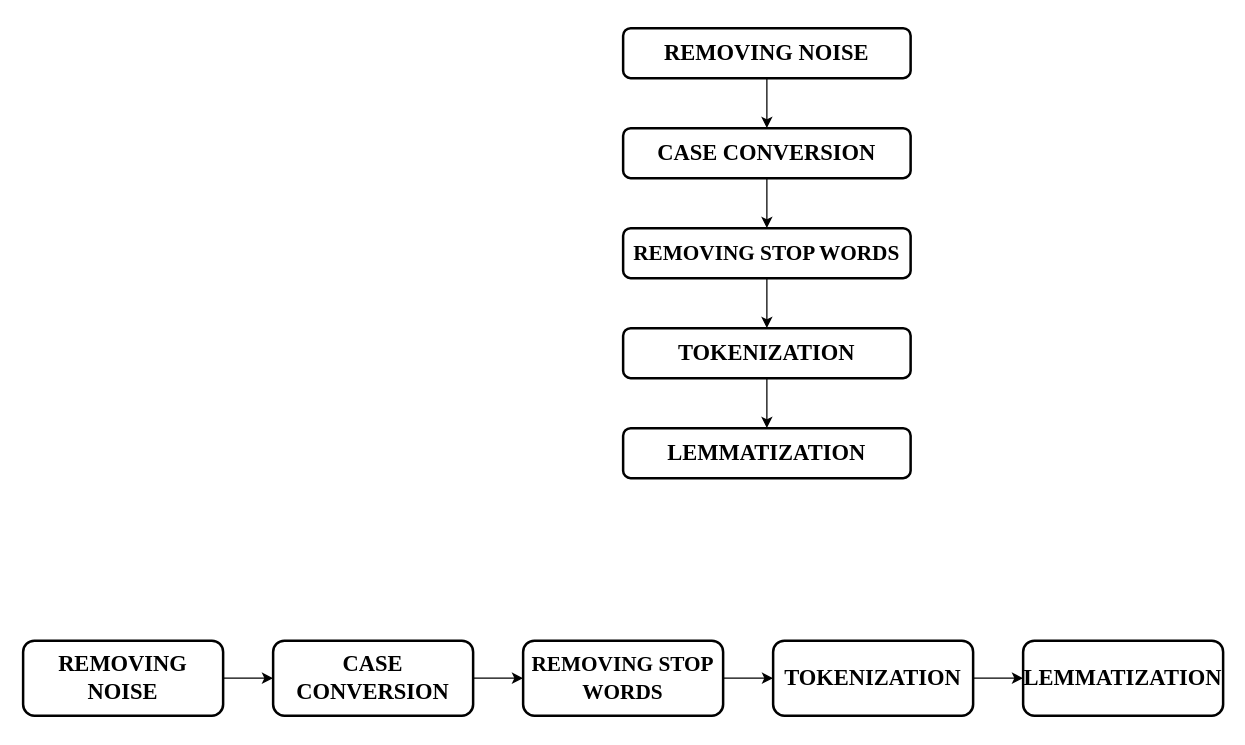
oitik/drawio keeps this draw.io diagram as page "Page-1" (1 of 2) of imdb_processing.drawio. Above is the earlier version. Source tidied: cells renumbered, new cells numbered last; positions are measured from the earlier drawing's top-left corner, leaving out a move shared by most shapes. Both pictures are drawn from the tidied source at 125%, with x=0, y=0 at pixel (22, 28).
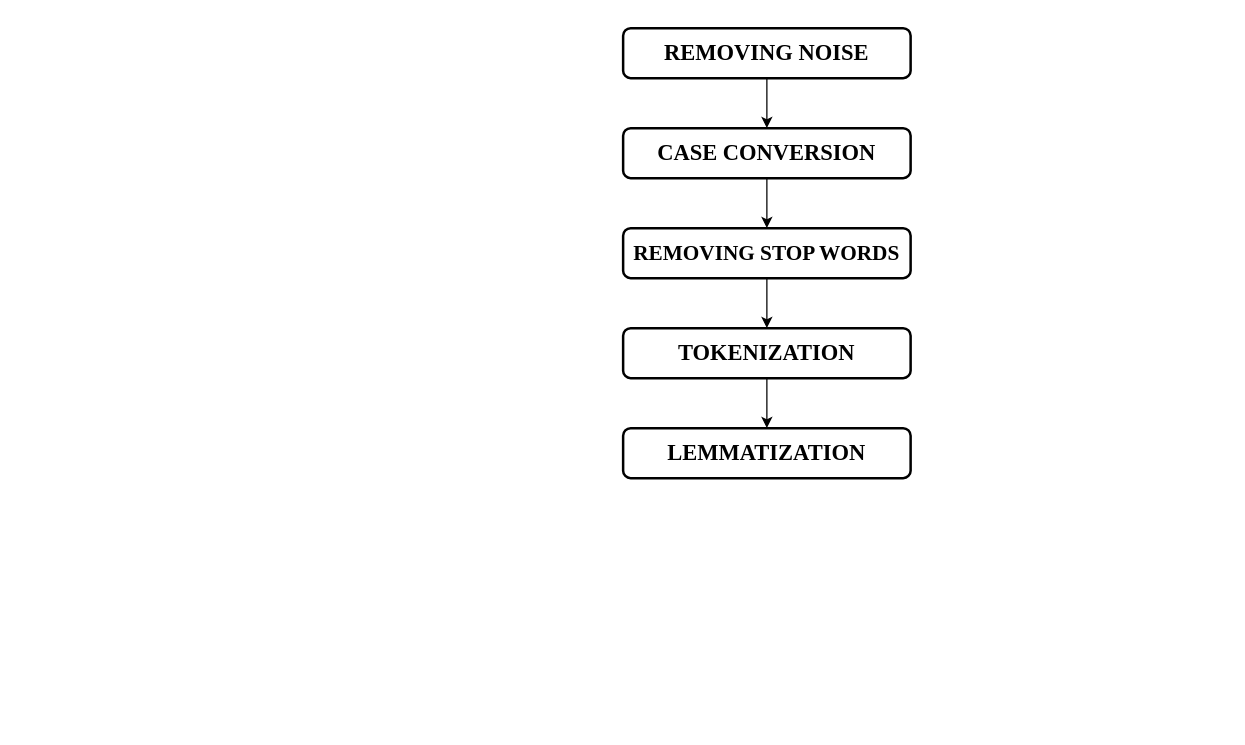
After the change.

Diff of the diagram source:
```diff
@@
 <mxGraphModel background="#ffffff">
   <root>
     <mxCell id="0" />
     <mxCell id="1" parent="0" />
     <mxCell id="2" style="edgeStyle=orthogonalEdgeStyle;rounded=1;jettySize=auto;html=1;" parent="1" edge="1" source="3" target="5">
       <mxGeometry relative="1" as="geometry" />
     </mxCell>
     <mxCell id="3" value="&lt;h2&gt;&lt;font face=&quot;Times New Roman&quot;&gt;&lt;b&gt;REMOVING NOISE&lt;/b&gt;&lt;/font&gt;&lt;/h2&gt;" style="rounded=1;whiteSpace=wrap;html=1;gradientDirection=north;strokeWidth=2;shadow=0;glass=0;" parent="1" vertex="1">
       <mxGeometry x="480" width="230" height="40" as="geometry" />
     </mxCell>
     <mxCell id="4" style="edgeStyle=orthogonalEdgeStyle;rounded=1;jettySize=auto;html=1;" parent="1" edge="1" source="5" target="7">
       <mxGeometry relative="1" as="geometry" />
     </mxCell>
     <mxCell id="5" value="&lt;h2&gt;&lt;font face=&quot;Times New Roman&quot;&gt;CASE CONVERSION&lt;/font&gt;&lt;/h2&gt;" style="rounded=1;whiteSpace=wrap;html=1;strokeWidth=2;gradientDirection=north;" parent="1" vertex="1">
       <mxGeometry x="480" y="80" width="230" height="40" as="geometry" />
     </mxCell>
     <mxCell id="6" style="edgeStyle=orthogonalEdgeStyle;rounded=1;jettySize=auto;html=1;" parent="1" edge="1" source="7" target="9">
       <mxGeometry relative="1" as="geometry" />
     </mxCell>
     <mxCell id="7" value="&lt;h2&gt;&lt;font style=&quot;font-size: 17px;&quot; face=&quot;Times New Roman&quot;&gt;REMOVING STOP WORDS&lt;/font&gt;&lt;/h2&gt;" style="rounded=1;whiteSpace=wrap;html=1;strokeWidth=2;gradientDirection=north;" parent="1" vertex="1">
       <mxGeometry x="480" y="160" width="230" height="40" as="geometry" />
     </mxCell>
     <mxCell id="8" style="edgeStyle=orthogonalEdgeStyle;rounded=1;jettySize=auto;html=1;" parent="1" edge="1" source="9" target="10">
       <mxGeometry relative="1" as="geometry" />
     </mxCell>
     <mxCell id="9" value="&lt;h2&gt;&lt;font face=&quot;Times New Roman&quot;&gt;TOKENIZATION&lt;/font&gt;&lt;/h2&gt;" style="rounded=1;whiteSpace=wrap;html=1;strokeWidth=2;gradientDirection=north;" parent="1" vertex="1">
       <mxGeometry x="480" y="240" width="230" height="40" as="geometry" />
     </mxCell>
     <mxCell id="10" value="&lt;h2&gt;&lt;font face=&quot;Times New Roman&quot;&gt;LEMMATIZATION&lt;/font&gt;&lt;/h2&gt;" style="rounded=1;whiteSpace=wrap;html=1;strokeWidth=2;gradientDirection=north;" parent="1" vertex="1">
       <mxGeometry x="480" y="320" width="230" height="40" as="geometry" />
     </mxCell>
-    <mxCell id="11" style="edgeStyle=orthogonalEdgeStyle;rounded=0;jettySize=auto;html=1;" parent="1" edge="1" source="12" target="14">
-      <mxGeometry relative="1" as="geometry" />
-    </mxCell>
-    <mxCell id="12" value="&lt;h2 style=&quot;caret-color: rgb(0, 0, 0); color: rgb(0, 0, 0); font-family: Helvetica; font-style: normal; font-variant-caps: normal; letter-spacing: normal; orphans: auto; text-align: center; text-indent: 0px; text-transform: none; white-space: normal; widows: auto; word-spacing: 0px; -webkit-text-stroke-width: 0px; text-decoration: none;&quot;&gt;&lt;font face=&quot;Times New Roman&quot;&gt;&lt;b&gt;REMOVING NOISE&lt;/b&gt;&lt;/font&gt;&lt;/h2&gt;" style="rounded=1;whiteSpace=wrap;html=1;strokeWidth=2;" parent="1" vertex="1">
-      <mxGeometry y="490" width="160" height="60" as="geometry" />
-    </mxCell>
-    <mxCell id="13" style="edgeStyle=orthogonalEdgeStyle;rounded=0;jettySize=auto;html=1;" parent="1" edge="1" source="14" target="16">
-      <mxGeometry relative="1" as="geometry" />
-    </mxCell>
-    <mxCell id="14" value="&lt;h2 style=&quot;caret-color: rgb(0, 0, 0); color: rgb(0, 0, 0); font-family: Helvetica; font-style: normal; font-variant-caps: normal; letter-spacing: normal; orphans: auto; text-align: center; text-indent: 0px; text-transform: none; white-space: normal; widows: auto; word-spacing: 0px; -webkit-text-stroke-width: 0px; text-decoration: none;&quot;&gt;&lt;font face=&quot;Times New Roman&quot;&gt;CASE CONVERSION&lt;/font&gt;&lt;/h2&gt;" style="whiteSpace=wrap;html=1;rounded=1;strokeWidth=2;" parent="1" vertex="1">
-      <mxGeometry x="200" y="490" width="160" height="60" as="geometry" />
-    </mxCell>
-    <mxCell id="15" style="edgeStyle=orthogonalEdgeStyle;rounded=0;jettySize=auto;html=1;" parent="1" edge="1" source="16" target="18">
-      <mxGeometry relative="1" as="geometry" />
-    </mxCell>
-    <mxCell id="16" value="&lt;h2 style=&quot;caret-color: rgb(0, 0, 0); color: rgb(0, 0, 0); font-family: Helvetica; font-style: normal; font-variant-caps: normal; letter-spacing: normal; orphans: auto; text-align: center; text-indent: 0px; text-transform: none; white-space: normal; widows: auto; word-spacing: 0px; -webkit-text-stroke-width: 0px; text-decoration: none;&quot;&gt;&lt;font style=&quot;font-size: 17px;&quot; face=&quot;Times New Roman&quot;&gt;REMOVING STOP WORDS&lt;/font&gt;&lt;/h2&gt;" style="rounded=1;whiteSpace=wrap;html=1;strokeWidth=2;" parent="1" vertex="1">
-      <mxGeometry x="400" y="490" width="160" height="60" as="geometry" />
-    </mxCell>
-    <mxCell id="17" style="edgeStyle=orthogonalEdgeStyle;rounded=0;jettySize=auto;html=1;" parent="1" edge="1" source="18" target="19">
-      <mxGeometry relative="1" as="geometry" />
-    </mxCell>
-    <mxCell id="18" value="&lt;h2 style=&quot;caret-color: rgb(0, 0, 0); color: rgb(0, 0, 0); font-family: Helvetica; font-style: normal; font-variant-caps: normal; letter-spacing: normal; text-align: center; text-indent: 0px; text-transform: none; white-space: normal; word-spacing: 0px; -webkit-text-stroke-width: 0px; text-decoration: none;&quot;&gt;&lt;font face=&quot;Times New Roman&quot;&gt;TOKENIZATION&lt;/font&gt;&lt;/h2&gt;" style="rounded=1;whiteSpace=wrap;html=1;strokeWidth=2;" parent="1" vertex="1">
-      <mxGeometry x="600" y="490" width="160" height="60" as="geometry" />
-    </mxCell>
-    <mxCell id="19" value="&lt;h2 style=&quot;caret-color: rgb(0, 0, 0); color: rgb(0, 0, 0); font-family: Helvetica; font-style: normal; font-variant-caps: normal; letter-spacing: normal; orphans: auto; text-align: center; text-indent: 0px; text-transform: none; white-space: normal; widows: auto; word-spacing: 0px; -webkit-text-stroke-width: 0px; text-decoration: none;&quot;&gt;&lt;font face=&quot;Times New Roman&quot;&gt;LEMMATIZATION&lt;/font&gt;&lt;/h2&gt;" style="rounded=1;whiteSpace=wrap;html=1;strokeWidth=2;" parent="1" vertex="1">
-      <mxGeometry x="800" y="490" width="160" height="60" as="geometry" />
-    </mxCell>
   </root>
 </mxGraphModel>
```
